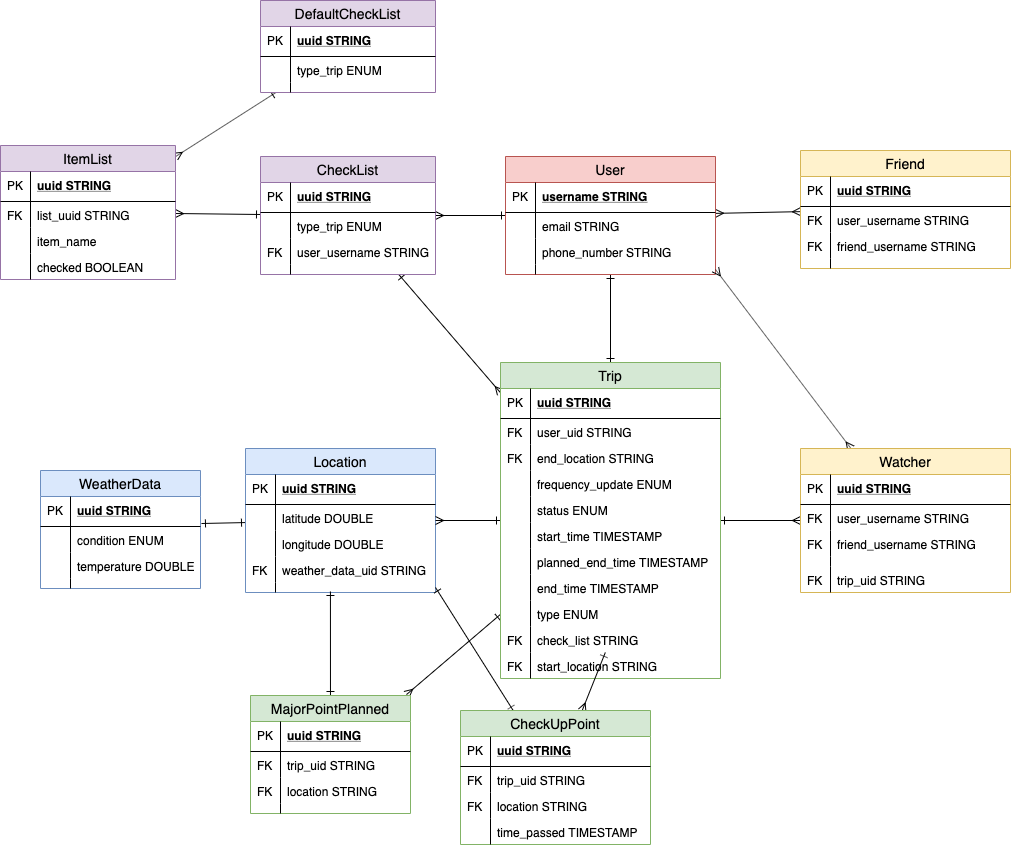
This is conception/SafeTrip_mdp.png from GalouM/WatchMyBack, a draw.io export, as it was before one commit. Source tidied: cells renumbered, new cells last; positions are measured from the earlier drawing's top-left corner, leaving out a move shared by most shapes.
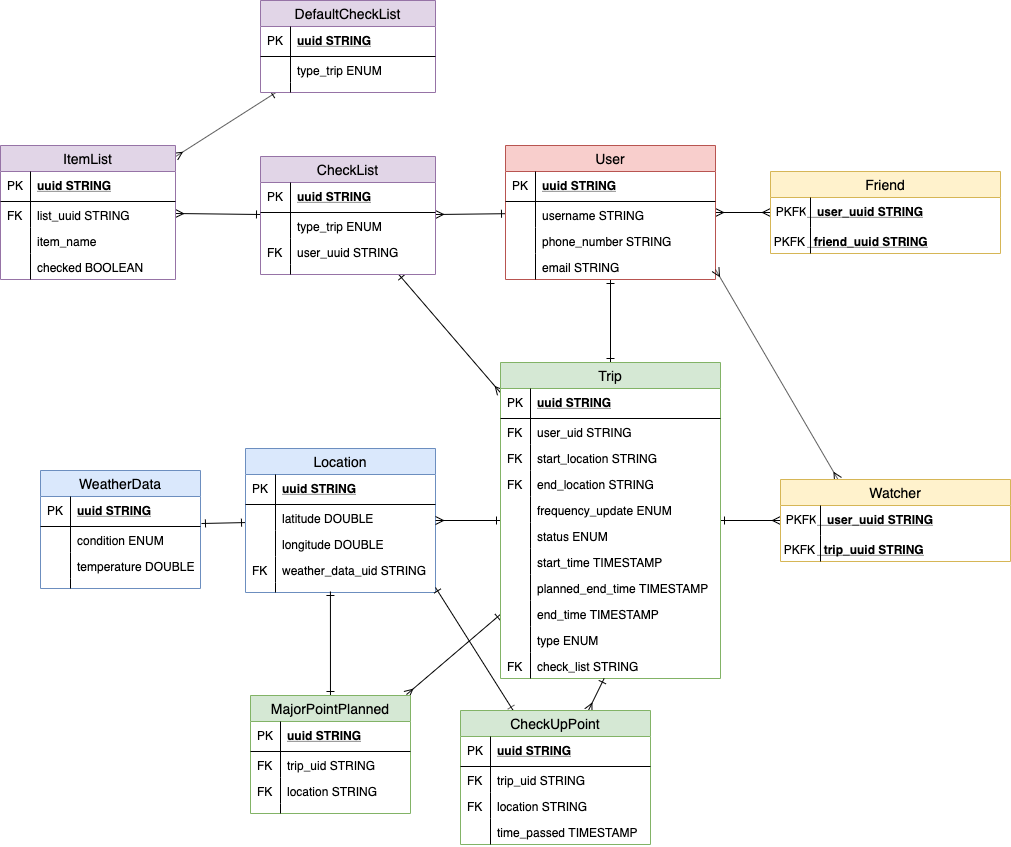
The same diagram one commit later.

Change to the diagram source:
```diff
@@ -14,5 +14,5 @@
     <mxCell id="5" value="User" style="swimlane;fontStyle=0;horizontal=1;startSize=26;fillColor=#f8cecc;swimlaneFillColor=#ffffff;align=center;fontSize=14;strokeColor=#b85450;" parent="1" vertex="1">
-      <mxGeometry x="505" y="156" width="210" height="118" as="geometry" />
+      <mxGeometry x="505" y="145" width="210" height="134" as="geometry" />
     </mxCell>
-    <mxCell id="6" value="username STRING" style="shape=partialRectangle;top=0;left=0;right=0;bottom=1;align=left;verticalAlign=middle;fillColor=none;spacingLeft=34;spacingRight=4;overflow=hidden;fontStyle=5;fontSize=12;" parent="5" vertex="1">
+    <mxCell id="6" value="uuid STRING" style="shape=partialRectangle;top=0;left=0;right=0;bottom=1;align=left;verticalAlign=middle;fillColor=none;spacingLeft=34;spacingRight=4;overflow=hidden;fontStyle=5;fontSize=12;" parent="5" vertex="1">
       <mxGeometry y="26" width="210" height="30" as="geometry" />
@@ -22,3 +22,3 @@
     </mxCell>
-    <mxCell id="8" value="email STRING" style="shape=partialRectangle;top=0;left=0;right=0;bottom=0;align=left;verticalAlign=top;fillColor=none;spacingLeft=34;spacingRight=4;overflow=hidden;fontSize=12;" parent="5" vertex="1">
+    <mxCell id="8" value="username STRING" style="shape=partialRectangle;top=0;left=0;right=0;bottom=0;align=left;verticalAlign=top;fillColor=none;spacingLeft=34;spacingRight=4;overflow=hidden;fontSize=12;" parent="5" vertex="1">
       <mxGeometry y="56" width="210" height="26" as="geometry" />
@@ -34,35 +34,23 @@
     </mxCell>
-    <mxCell id="12" style="shape=partialRectangle;top=0;left=0;right=0;bottom=0;align=left;verticalAlign=top;fillColor=none;spacingLeft=34;spacingRight=4;overflow=hidden;points=[[0,0.5],[1,0.5]];portConstraint=eastwest;fontSize=12;" parent="5" vertex="1">
-      <mxGeometry y="108" width="210" height="10" as="geometry" />
-    </mxCell>
-    <mxCell id="13" style="shape=partialRectangle;top=0;left=0;bottom=0;fillColor=none;align=left;verticalAlign=top;spacingLeft=4;spacingRight=4;overflow=hidden;fontSize=12;" parent="12" vertex="1">
-      <mxGeometry width="30" height="10" as="geometry" />
-    </mxCell>
+    <mxCell id="131" value="email STRING" style="shape=partialRectangle;top=0;left=0;right=0;bottom=0;align=left;verticalAlign=top;fillColor=none;spacingLeft=34;spacingRight=4;overflow=hidden;fontSize=12;" parent="5" vertex="1">
+      <mxGeometry y="108" width="210" height="26" as="geometry" />
+    </mxCell>
+    <mxCell id="132" style="shape=partialRectangle;top=0;left=0;bottom=0;fillColor=none;align=left;verticalAlign=top;spacingLeft=4;spacingRight=4;overflow=hidden;fontSize=12;" parent="131" vertex="1">
+      <mxGeometry width="30" height="26" as="geometry" />
+    </mxCell>
     <mxCell id="14" value="Friend" style="swimlane;fontStyle=0;horizontal=1;startSize=26;fillColor=#fff2cc;swimlaneFillColor=#ffffff;align=center;fontSize=14;strokeColor=#d6b656;" parent="1" vertex="1">
-      <mxGeometry x="800" y="150" width="210" height="118" as="geometry" />
+      <mxGeometry x="770" y="171" width="230" height="82" as="geometry" />
     </mxCell>
-    <mxCell id="15" value="uuid STRING" style="shape=partialRectangle;top=0;left=0;right=0;bottom=1;align=left;verticalAlign=middle;fillColor=none;spacingLeft=34;spacingRight=4;overflow=hidden;fontStyle=5;fontSize=12;" parent="14" vertex="1">
-      <mxGeometry y="26" width="210" height="30" as="geometry" />
-    </mxCell>
-    <mxCell id="16" value="PK" style="shape=partialRectangle;top=0;left=0;bottom=0;fillColor=none;align=left;verticalAlign=middle;spacingLeft=4;spacingRight=4;overflow=hidden;fontSize=12;" parent="15" vertex="1">
-      <mxGeometry width="30" height="30" as="geometry" />
-    </mxCell>
-    <mxCell id="17" value="user_username STRING" style="shape=partialRectangle;top=0;left=0;right=0;bottom=0;align=left;verticalAlign=top;fillColor=none;spacingLeft=34;spacingRight=4;overflow=hidden;fontSize=12;" parent="14" vertex="1">
-      <mxGeometry y="56" width="210" height="26" as="geometry" />
+    <mxCell id="17" value="   user_uuid STRING" style="shape=partialRectangle;top=0;left=0;right=0;bottom=0;align=left;verticalAlign=top;fillColor=none;spacingLeft=34;spacingRight=4;overflow=hidden;fontSize=12;fontStyle=5;" parent="14" vertex="1">
+      <mxGeometry y="26" width="230" height="30" as="geometry" />
     </mxCell>
-    <mxCell id="18" value="FK" style="shape=partialRectangle;top=0;left=0;bottom=0;fillColor=none;align=left;verticalAlign=top;spacingLeft=4;spacingRight=4;overflow=hidden;fontSize=12;" parent="17" vertex="1">
-      <mxGeometry width="30" height="26" as="geometry" />
+    <mxCell id="18" value="  PKFK" style="shape=partialRectangle;top=0;left=0;bottom=0;fillColor=none;align=left;verticalAlign=top;spacingLeft=4;spacingRight=4;overflow=hidden;fontSize=12;" parent="17" vertex="1">
+      <mxGeometry x="-8" width="48" height="30" as="geometry" />
     </mxCell>
-    <mxCell id="19" value="friend_username STRING" style="shape=partialRectangle;top=0;left=0;right=0;bottom=0;align=left;verticalAlign=top;fillColor=none;spacingLeft=34;spacingRight=4;overflow=hidden;fontSize=12;" parent="14" vertex="1">
-      <mxGeometry y="82" width="210" height="26" as="geometry" />
+    <mxCell id="19" value="  friend_uuid STRING" style="shape=partialRectangle;top=0;left=0;right=0;bottom=0;align=left;verticalAlign=top;fillColor=none;spacingLeft=34;spacingRight=4;overflow=hidden;fontSize=12;fontStyle=5;" parent="14" vertex="1">
+      <mxGeometry y="56" width="230" height="26" as="geometry" />
     </mxCell>
-    <mxCell id="20" value="FK" style="shape=partialRectangle;top=0;left=0;bottom=0;fillColor=none;align=left;verticalAlign=top;spacingLeft=4;spacingRight=4;overflow=hidden;fontSize=12;" parent="19" vertex="1">
-      <mxGeometry width="30" height="26" as="geometry" />
+    <mxCell id="20" value="  PKFK" style="shape=partialRectangle;top=0;left=0;bottom=0;fillColor=none;align=left;verticalAlign=top;spacingLeft=4;spacingRight=4;overflow=hidden;fontSize=12;" parent="19" vertex="1">
+      <mxGeometry x="-10" width="50" height="26" as="geometry" />
     </mxCell>
-    <mxCell id="21" style="shape=partialRectangle;top=0;left=0;right=0;bottom=0;align=left;verticalAlign=top;fillColor=none;spacingLeft=34;spacingRight=4;overflow=hidden;fontSize=12;" parent="14" vertex="1">
-      <mxGeometry y="108" width="210" height="10" as="geometry" />
-    </mxCell>
-    <mxCell id="22" style="shape=partialRectangle;top=0;left=0;bottom=0;fillColor=none;align=left;verticalAlign=top;spacingLeft=4;spacingRight=4;overflow=hidden;fontSize=12;" parent="21" vertex="1">
-      <mxGeometry width="30" height="10" as="geometry" />
-    </mxCell>
     <mxCell id="23" style="edgeStyle=none;rounded=0;jettySize=auto;html=1;entryX=1.006;entryY=-0.115;entryDx=0;entryDy=0;entryPerimeter=0;startArrow=ERone;startFill=0;endArrow=ERone;endFill=0;" parent="1" edge="1" source="24" target="92">
@@ -130,4 +118,10 @@
     </mxCell>
+    <mxCell id="60" value="start_location STRING" style="shape=partialRectangle;top=0;left=0;right=0;bottom=0;align=left;verticalAlign=top;fillColor=none;spacingLeft=34;spacingRight=4;overflow=hidden;fontSize=12;" parent="39" vertex="1">
+      <mxGeometry y="82" width="220" height="26" as="geometry" />
+    </mxCell>
+    <mxCell id="61" value="FK" style="shape=partialRectangle;top=0;left=0;bottom=0;fillColor=none;align=left;verticalAlign=top;spacingLeft=4;spacingRight=4;overflow=hidden;fontSize=12;" parent="60" vertex="1">
+      <mxGeometry width="30" height="26" as="geometry" />
+    </mxCell>
     <mxCell id="44" value="end_location STRING" style="shape=partialRectangle;top=0;left=0;right=0;bottom=0;align=left;verticalAlign=top;fillColor=none;spacingLeft=34;spacingRight=4;overflow=hidden;fontSize=12;" parent="39" vertex="1">
-      <mxGeometry y="82" width="220" height="26" as="geometry" />
+      <mxGeometry y="108" width="220" height="26" as="geometry" />
     </mxCell>
@@ -137,3 +131,3 @@
     <mxCell id="46" value="frequency_update ENUM" style="shape=partialRectangle;top=0;left=0;right=0;bottom=0;align=left;verticalAlign=top;fillColor=none;spacingLeft=34;spacingRight=4;overflow=hidden;fontSize=12;" parent="39" vertex="1">
-      <mxGeometry y="108" width="220" height="26" as="geometry" />
+      <mxGeometry y="134" width="220" height="26" as="geometry" />
     </mxCell>
@@ -143,3 +137,3 @@
     <mxCell id="48" value="status ENUM" style="shape=partialRectangle;top=0;left=0;right=0;bottom=0;align=left;verticalAlign=top;fillColor=none;spacingLeft=34;spacingRight=4;overflow=hidden;fontSize=12;" parent="39" vertex="1">
-      <mxGeometry y="134" width="220" height="26" as="geometry" />
+      <mxGeometry y="160" width="220" height="26" as="geometry" />
     </mxCell>
@@ -149,3 +143,3 @@
     <mxCell id="50" value="start_time TIMESTAMP" style="shape=partialRectangle;top=0;left=0;right=0;bottom=0;align=left;verticalAlign=top;fillColor=none;spacingLeft=34;spacingRight=4;overflow=hidden;fontSize=12;" parent="39" vertex="1">
-      <mxGeometry y="160" width="220" height="26" as="geometry" />
+      <mxGeometry y="186" width="220" height="26" as="geometry" />
     </mxCell>
@@ -155,3 +149,3 @@
     <mxCell id="52" value="planned_end_time TIMESTAMP" style="shape=partialRectangle;top=0;left=0;right=0;bottom=0;align=left;verticalAlign=top;fillColor=none;spacingLeft=34;spacingRight=4;overflow=hidden;fontSize=12;" parent="39" vertex="1">
-      <mxGeometry y="186" width="220" height="26" as="geometry" />
+      <mxGeometry y="212" width="220" height="26" as="geometry" />
     </mxCell>
@@ -161,3 +155,3 @@
     <mxCell id="54" value="end_time TIMESTAMP" style="shape=partialRectangle;top=0;left=0;right=0;bottom=0;align=left;verticalAlign=top;fillColor=none;spacingLeft=34;spacingRight=4;overflow=hidden;fontSize=12;" parent="39" vertex="1">
-      <mxGeometry y="212" width="220" height="26" as="geometry" />
+      <mxGeometry y="238" width="220" height="26" as="geometry" />
     </mxCell>
@@ -167,3 +161,3 @@
     <mxCell id="56" value="type ENUM" style="shape=partialRectangle;top=0;left=0;right=0;bottom=0;align=left;verticalAlign=top;fillColor=none;spacingLeft=34;spacingRight=4;overflow=hidden;fontSize=12;" parent="39" vertex="1">
-      <mxGeometry y="238" width="220" height="26" as="geometry" />
+      <mxGeometry y="264" width="220" height="26" as="geometry" />
     </mxCell>
@@ -173,3 +167,3 @@
     <mxCell id="58" value="check_list STRING" style="shape=partialRectangle;top=0;left=0;right=0;bottom=0;align=left;verticalAlign=top;fillColor=none;spacingLeft=34;spacingRight=4;overflow=hidden;points=[[0,0.5],[1,0.5]];portConstraint=eastwest;fontSize=12;" parent="39" vertex="1">
-      <mxGeometry y="264" width="220" height="26" as="geometry" />
+      <mxGeometry y="290" width="220" height="26" as="geometry" />
     </mxCell>
@@ -178,8 +172,2 @@
     </mxCell>
-    <mxCell id="60" value="start_location STRING" style="shape=partialRectangle;top=0;left=0;right=0;bottom=0;align=left;verticalAlign=top;fillColor=none;spacingLeft=34;spacingRight=4;overflow=hidden;fontSize=12;" parent="39" vertex="1">
-      <mxGeometry y="290" width="220" height="26" as="geometry" />
-    </mxCell>
-    <mxCell id="61" value="FK" style="shape=partialRectangle;top=0;left=0;bottom=0;fillColor=none;align=left;verticalAlign=top;spacingLeft=4;spacingRight=4;overflow=hidden;fontSize=12;" parent="60" vertex="1">
-      <mxGeometry width="30" height="26" as="geometry" />
-    </mxCell>
     <mxCell id="62" style="edgeStyle=none;rounded=0;jettySize=auto;html=1;startArrow=ERone;startFill=0;endArrow=ERmany;endFill=0;" parent="1" edge="1" source="63" target="80">
@@ -202,3 +190,3 @@
     </mxCell>
-    <mxCell id="68" value="user_username STRING" style="shape=partialRectangle;top=0;left=0;right=0;bottom=0;align=left;verticalAlign=top;fillColor=none;spacingLeft=34;spacingRight=4;overflow=hidden;fontSize=12;" parent="63" vertex="1">
+    <mxCell id="68" value="user_uuid STRING" style="shape=partialRectangle;top=0;left=0;right=0;bottom=0;align=left;verticalAlign=top;fillColor=none;spacingLeft=34;spacingRight=4;overflow=hidden;fontSize=12;" parent="63" vertex="1">
       <mxGeometry y="82" width="175" height="26" as="geometry" />
@@ -322,38 +310,7 @@
     </mxCell>
-    <mxCell id="108" style="edgeStyle=none;rounded=0;jettySize=auto;html=1;entryX=1;entryY=0.5;entryDx=0;entryDy=0;startArrow=ERmany;startFill=0;endArrow=ERmany;endFill=0;" parent="1" edge="1" source="109" target="12">
-      <mxGeometry relative="1" as="geometry" />
+    <mxCell id="108" style="edgeStyle=none;rounded=0;jettySize=auto;html=1;entryX=1;entryY=0.5;entryDx=0;entryDy=0;startArrow=ERmany;startFill=0;endArrow=ERmany;endFill=0;exitX=0.25;exitY=0;exitDx=0;exitDy=0;" parent="1" edge="1" source="109">
+      <mxGeometry relative="1" as="geometry">
+        <mxPoint x="715" y="269" as="targetPoint" />
+      </mxGeometry>
     </mxCell>
-    <mxCell id="109" value="Watcher" style="swimlane;fontStyle=0;horizontal=1;startSize=26;fillColor=#fff2cc;swimlaneFillColor=#ffffff;align=center;fontSize=14;strokeColor=#d6b656;" parent="1" vertex="1">
-      <mxGeometry x="800" y="448" width="210" height="144" as="geometry" />
-    </mxCell>
-    <mxCell id="110" value="uuid STRING" style="shape=partialRectangle;top=0;left=0;right=0;bottom=1;align=left;verticalAlign=middle;fillColor=none;spacingLeft=34;spacingRight=4;overflow=hidden;fontStyle=5;fontSize=12;" parent="109" vertex="1">
-      <mxGeometry y="26" width="210" height="30" as="geometry" />
-    </mxCell>
-    <mxCell id="111" value="PK" style="shape=partialRectangle;top=0;left=0;bottom=0;fillColor=none;align=left;verticalAlign=middle;spacingLeft=4;spacingRight=4;overflow=hidden;fontSize=12;" parent="110" vertex="1">
-      <mxGeometry width="30" height="30" as="geometry" />
-    </mxCell>
-    <mxCell id="112" value="user_username STRING" style="shape=partialRectangle;top=0;left=0;right=0;bottom=0;align=left;verticalAlign=top;fillColor=none;spacingLeft=34;spacingRight=4;overflow=hidden;fontSize=12;" parent="109" vertex="1">
-      <mxGeometry y="56" width="210" height="26" as="geometry" />
-    </mxCell>
-    <mxCell id="113" value="FK" style="shape=partialRectangle;top=0;left=0;bottom=0;fillColor=none;align=left;verticalAlign=top;spacingLeft=4;spacingRight=4;overflow=hidden;fontSize=12;" parent="112" vertex="1">
-      <mxGeometry width="30" height="26" as="geometry" />
-    </mxCell>
-    <mxCell id="114" value="friend_username STRING" style="shape=partialRectangle;top=0;left=0;right=0;bottom=0;align=left;verticalAlign=top;fillColor=none;spacingLeft=34;spacingRight=4;overflow=hidden;fontSize=12;" parent="109" vertex="1">
-      <mxGeometry y="82" width="210" height="26" as="geometry" />
-    </mxCell>
-    <mxCell id="115" value="FK" style="shape=partialRectangle;top=0;left=0;bottom=0;fillColor=none;align=left;verticalAlign=top;spacingLeft=4;spacingRight=4;overflow=hidden;fontSize=12;" parent="114" vertex="1">
-      <mxGeometry width="30" height="26" as="geometry" />
-    </mxCell>
-    <mxCell id="116" style="shape=partialRectangle;top=0;left=0;right=0;bottom=0;align=left;verticalAlign=top;fillColor=none;spacingLeft=34;spacingRight=4;overflow=hidden;fontSize=12;" parent="109" vertex="1">
-      <mxGeometry y="108" width="210" height="10" as="geometry" />
-    </mxCell>
-    <mxCell id="117" style="shape=partialRectangle;top=0;left=0;bottom=0;fillColor=none;align=left;verticalAlign=top;spacingLeft=4;spacingRight=4;overflow=hidden;fontSize=12;" parent="116" vertex="1">
-      <mxGeometry width="30" height="10" as="geometry" />
-    </mxCell>
-    <mxCell id="118" value="trip_uid STRING" style="shape=partialRectangle;top=0;left=0;right=0;bottom=0;align=left;verticalAlign=top;fillColor=none;spacingLeft=34;spacingRight=4;overflow=hidden;fontSize=12;" parent="109" vertex="1">
-      <mxGeometry y="118" width="210" height="26" as="geometry" />
-    </mxCell>
-    <mxCell id="119" value="FK" style="shape=partialRectangle;top=0;left=0;bottom=0;fillColor=none;align=left;verticalAlign=top;spacingLeft=4;spacingRight=4;overflow=hidden;fontSize=12;" parent="118" vertex="1">
-      <mxGeometry width="30" height="26" as="geometry" />
-    </mxCell>
     <mxCell id="120" style="edgeStyle=none;rounded=0;jettySize=auto;html=1;startArrow=ERmany;startFill=0;endArrow=ERone;endFill=0;" parent="1" edge="1" source="122" target="58">
@@ -391,2 +348,17 @@
     </mxCell>
+    <mxCell id="109" value="Watcher" style="swimlane;fontStyle=0;horizontal=1;startSize=26;fillColor=#fff2cc;swimlaneFillColor=#ffffff;align=center;fontSize=14;strokeColor=#d6b656;" parent="1" vertex="1">
+      <mxGeometry x="780" y="479" width="230" height="82" as="geometry" />
+    </mxCell>
+    <mxCell id="133" value="   user_uuid STRING" style="shape=partialRectangle;top=0;left=0;right=0;bottom=0;align=left;verticalAlign=top;fillColor=none;spacingLeft=34;spacingRight=4;overflow=hidden;fontSize=12;fontStyle=5;" parent="109" vertex="1">
+      <mxGeometry y="26" width="230" height="30" as="geometry" />
+    </mxCell>
+    <mxCell id="134" value="  PKFK" style="shape=partialRectangle;top=0;left=0;bottom=0;fillColor=none;align=left;verticalAlign=top;spacingLeft=4;spacingRight=4;overflow=hidden;fontSize=12;" parent="133" vertex="1">
+      <mxGeometry x="-8" width="48" height="30" as="geometry" />
+    </mxCell>
+    <mxCell id="135" value="  trip_uuid STRING" style="shape=partialRectangle;top=0;left=0;right=0;bottom=0;align=left;verticalAlign=top;fillColor=none;spacingLeft=34;spacingRight=4;overflow=hidden;fontSize=12;fontStyle=5;" parent="109" vertex="1">
+      <mxGeometry y="56" width="230" height="26" as="geometry" />
+    </mxCell>
+    <mxCell id="136" value="  PKFK" style="shape=partialRectangle;top=0;left=0;bottom=0;fillColor=none;align=left;verticalAlign=top;spacingLeft=4;spacingRight=4;overflow=hidden;fontSize=12;" parent="135" vertex="1">
+      <mxGeometry x="-10" width="50" height="26" as="geometry" />
+    </mxCell>
   </root>
```
